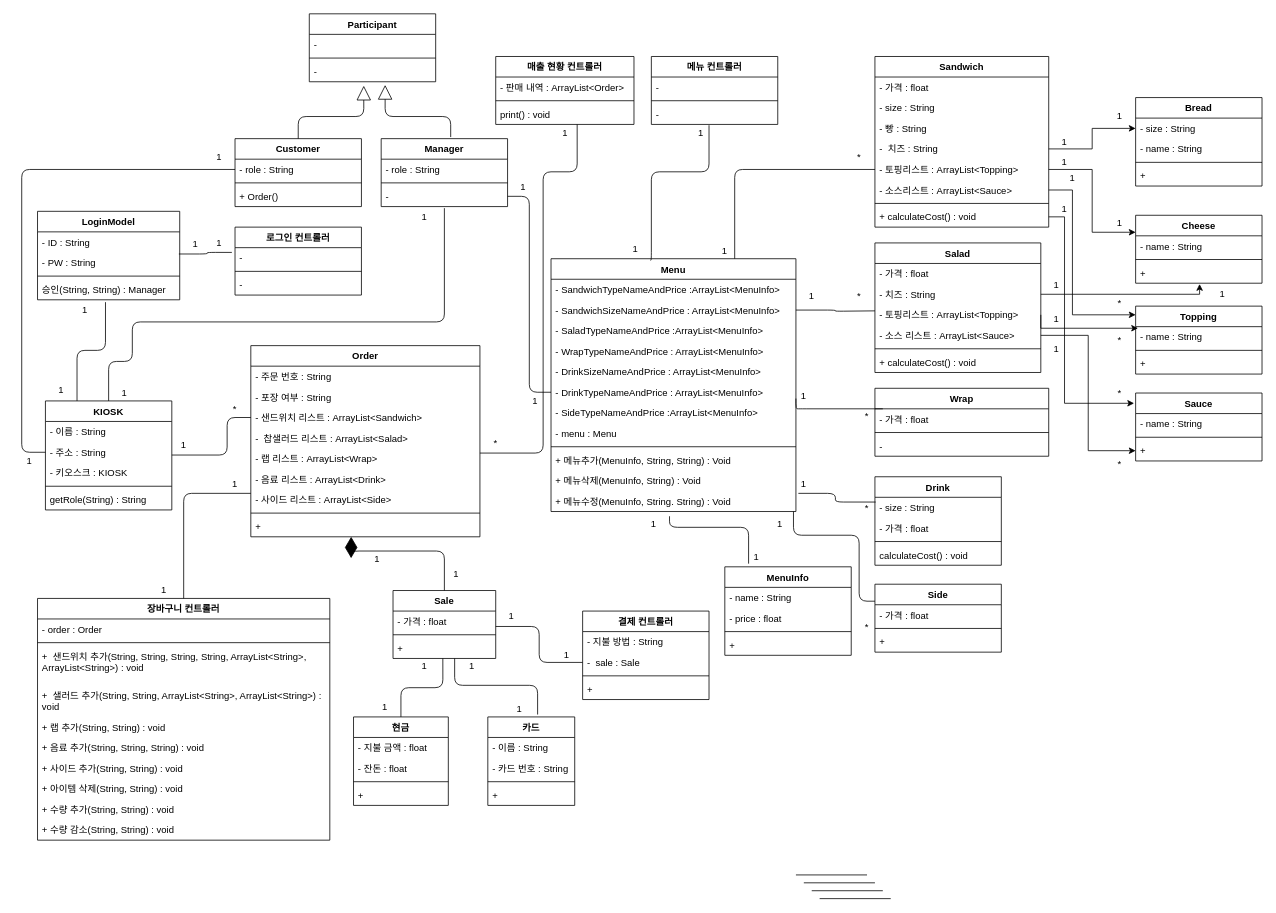
This is 상세명세서/Structural Model/Class Diagram.drawio from distroytest/KNUSD-20202-Team05, a draw.io file, before an edit. Source tidied: cells renumbered, new cells numbered last; positions are measured from the earlier drawing's top-left corner, leaving out a move shared by most shapes. Both pictures are drawn from the tidied source at 79%, with x=0, y=0 at pixel (13, 13).
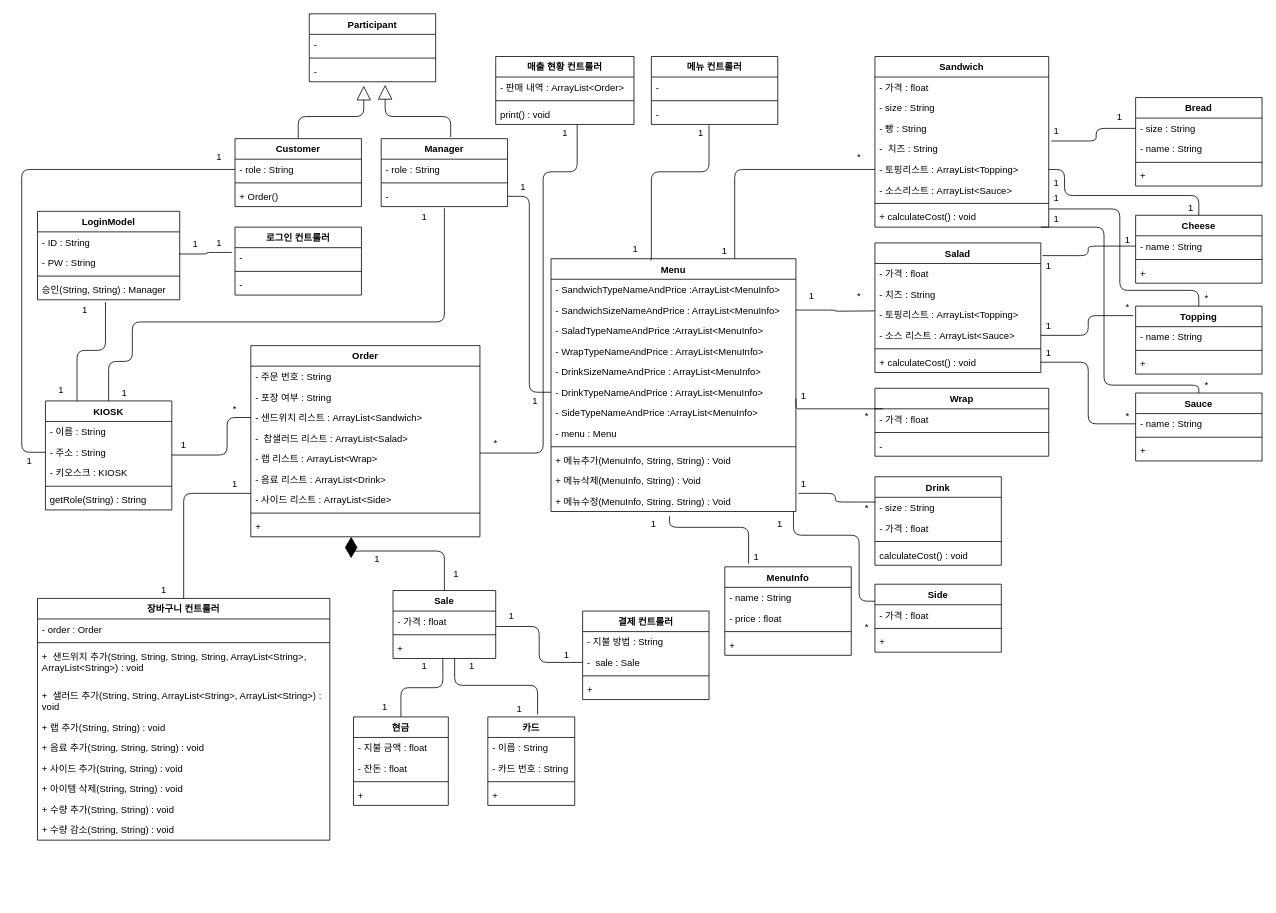
After the change.

Unchanged cells that the change refers to:
```xml
<mxCell id="82" value="-  치즈 : String" style="text;strokeColor=none;fillColor=none;align=left;verticalAlign=top;spacingLeft=4;spacingRight=4;overflow=hidden;points=[[0,0.5],[1,0.5]];portConstraint=eastwest;" parent="78" vertex="1">
  <mxGeometry y="104" width="220" height="26" as="geometry" />
</mxCell>
<mxCell id="83" value="- 토핑리스트 : ArrayList&lt;Topping&gt;" style="text;strokeColor=none;fillColor=none;align=left;verticalAlign=top;spacingLeft=4;spacingRight=4;overflow=hidden;points=[[0,0.5],[1,0.5]];portConstraint=eastwest;" parent="78" vertex="1">
  <mxGeometry y="130" width="220" height="26" as="geometry" />
</mxCell>
<mxCell id="84" value="- 소스리스트 : ArrayList&lt;Sauce&gt;" style="text;strokeColor=none;fillColor=none;align=left;verticalAlign=top;spacingLeft=4;spacingRight=4;overflow=hidden;points=[[0,0.5],[1,0.5]];portConstraint=eastwest;" parent="78" vertex="1">
  <mxGeometry y="156" width="220" height="26" as="geometry" />
</mxCell>
<mxCell id="86" value="+ calculateCost() : void" style="text;strokeColor=none;fillColor=none;align=left;verticalAlign=top;spacingLeft=4;spacingRight=4;overflow=hidden;points=[[0,0.5],[1,0.5]];portConstraint=eastwest;" parent="78" vertex="1">
  <mxGeometry y="190" width="220" height="26" as="geometry" />
</mxCell>
<mxCell id="89" value="Salad" style="swimlane;fontStyle=1;align=center;verticalAlign=top;horizontal=1;startSize=26;" parent="1" vertex="1">
  <mxGeometry x="1090" y="290" width="210" height="164" as="geometry" />
</mxCell>
<mxCell id="91" value="- 치즈 : String" style="text;strokeColor=none;fillColor=none;align=left;verticalAlign=top;spacingLeft=4;spacingRight=4;overflow=hidden;points=[[0,0.5],[1,0.5]];portConstraint=eastwest;" parent="89" vertex="1">
  <mxGeometry y="52" width="210" height="26" as="geometry" />
</mxCell>
<mxCell id="92" value="- 토핑리스트 : ArrayList&lt;Topping&gt;" style="text;strokeColor=none;fillColor=none;align=left;verticalAlign=top;spacingLeft=4;spacingRight=4;overflow=hidden;points=[[0,0.5],[1,0.5]];portConstraint=eastwest;" parent="89" vertex="1">
  <mxGeometry y="78" width="210" height="26" as="geometry" />
</mxCell>
<mxCell id="93" value="- 소스 리스트 : ArrayList&lt;Sauce&gt; " style="text;strokeColor=none;fillColor=none;align=left;verticalAlign=top;spacingLeft=4;spacingRight=4;overflow=hidden;points=[[0,0.5],[1,0.5]];portConstraint=eastwest;" parent="89" vertex="1">
  <mxGeometry y="104" width="210" height="26" as="geometry" />
</mxCell>
<mxCell id="95" value="+ calculateCost() : void" style="text;strokeColor=none;fillColor=none;align=left;verticalAlign=top;spacingLeft=4;spacingRight=4;overflow=hidden;points=[[0,0.5],[1,0.5]];portConstraint=eastwest;" parent="89" vertex="1">
  <mxGeometry y="138" width="210" height="26" as="geometry" />
</mxCell>
<mxCell id="131" value="- size : String" style="text;strokeColor=none;fillColor=none;align=left;verticalAlign=top;spacingLeft=4;spacingRight=4;overflow=hidden;points=[[0,0.5],[1,0.5]];portConstraint=eastwest;" parent="130" vertex="1">
  <mxGeometry y="26" width="160" height="26" as="geometry" />
</mxCell>
<mxCell id="135" value="Cheese" style="swimlane;fontStyle=1;align=center;verticalAlign=top;horizontal=1;startSize=26;" parent="1" vertex="1">
  <mxGeometry x="1420" y="255" width="160" height="86" as="geometry" />
</mxCell>
<mxCell id="136" value="- name : String" style="text;strokeColor=none;fillColor=none;align=left;verticalAlign=top;spacingLeft=4;spacingRight=4;overflow=hidden;points=[[0,0.5],[1,0.5]];portConstraint=eastwest;" parent="135" vertex="1">
  <mxGeometry y="26" width="160" height="26" as="geometry" />
</mxCell>
<mxCell id="138" value="+" style="text;strokeColor=none;fillColor=none;align=left;verticalAlign=top;spacingLeft=4;spacingRight=4;overflow=hidden;points=[[0,0.5],[1,0.5]];portConstraint=eastwest;" parent="135" vertex="1">
  <mxGeometry y="60" width="160" height="26" as="geometry" />
</mxCell>
<mxCell id="139" value="Topping" style="swimlane;fontStyle=1;align=center;verticalAlign=top;horizontal=1;startSize=26;" parent="1" vertex="1">
  <mxGeometry x="1420" y="370" width="160" height="86" as="geometry" />
</mxCell>
<mxCell id="140" value="- name : String" style="text;strokeColor=none;fillColor=none;align=left;verticalAlign=top;spacingLeft=4;spacingRight=4;overflow=hidden;points=[[0,0.5],[1,0.5]];portConstraint=eastwest;" parent="139" vertex="1">
  <mxGeometry y="26" width="160" height="26" as="geometry" />
</mxCell>
<mxCell id="146" value="Sauce" style="swimlane;fontStyle=1;align=center;verticalAlign=top;horizontal=1;startSize=26;" parent="1" vertex="1">
  <mxGeometry x="1420" y="480" width="160" height="86" as="geometry" />
</mxCell>
<mxCell id="147" value="- name : String" style="text;strokeColor=none;fillColor=none;align=left;verticalAlign=top;spacingLeft=4;spacingRight=4;overflow=hidden;points=[[0,0.5],[1,0.5]];portConstraint=eastwest;" parent="146" vertex="1">
  <mxGeometry y="26" width="160" height="26" as="geometry" />
</mxCell>
<mxCell id="149" value="+" style="text;strokeColor=none;fillColor=none;align=left;verticalAlign=top;spacingLeft=4;spacingRight=4;overflow=hidden;points=[[0,0.5],[1,0.5]];portConstraint=eastwest;" parent="146" vertex="1">
  <mxGeometry y="60" width="160" height="26" as="geometry" />
</mxCell>
```

The edit, as a diff of the source:
```diff
@@
-    <mxCell id="143" style="edgeStyle=orthogonalEdgeStyle;rounded=0;jettySize=auto;html=1;entryX=0;entryY=0.5;entryDx=0;entryDy=0;" parent="1" edge="1" source="82" target="131">
-      <mxGeometry relative="1" as="geometry" />
-    </mxCell>
-    <mxCell id="144" style="edgeStyle=orthogonalEdgeStyle;rounded=0;jettySize=auto;html=1;exitX=1;exitY=0.5;exitDx=0;exitDy=0;entryX=0;entryY=0.25;entryDx=0;entryDy=0;" parent="1" edge="1" source="83" target="135">
-      <mxGeometry relative="1" as="geometry" />
-    </mxCell>
-    <mxCell id="145" style="edgeStyle=orthogonalEdgeStyle;rounded=0;jettySize=auto;html=1;exitX=1;exitY=0.5;exitDx=0;exitDy=0;entryX=0;entryY=0.128;entryDx=0;entryDy=0;entryPerimeter=0;" parent="1" edge="1" source="84" target="139">
-      <mxGeometry relative="1" as="geometry">
-        <Array as="points">
-          <mxPoint x="1340" y="223" />
-          <mxPoint x="1340" y="381" />
-        </Array>
-      </mxGeometry>
-    </mxCell>
@@
-    <mxCell id="150" style="edgeStyle=orthogonalEdgeStyle;rounded=0;jettySize=auto;html=1;exitX=1;exitY=0.5;exitDx=0;exitDy=0;entryX=-0.012;entryY=0.151;entryDx=0;entryDy=0;entryPerimeter=0;" parent="1" edge="1" source="86" target="146">
-      <mxGeometry relative="1" as="geometry">
-        <Array as="points">
-          <mxPoint x="1330" y="257" />
-          <mxPoint x="1330" y="493" />
-        </Array>
-      </mxGeometry>
-    </mxCell>
-    <mxCell id="151" value="1" style="text;html=1;strokeColor=none;fillColor=none;align=center;verticalAlign=middle;whiteSpace=wrap;rounded=0;" parent="1" vertex="1">
-      <mxGeometry x="1310" y="152" width="40" height="20" as="geometry" />
-    </mxCell>
-    <mxCell id="152" value="1" style="text;html=1;strokeColor=none;fillColor=none;align=center;verticalAlign=middle;whiteSpace=wrap;rounded=0;" parent="1" vertex="1">
-      <mxGeometry x="1380" y="120" width="40" height="20" as="geometry" />
-    </mxCell>
-    <mxCell id="153" value="1" style="text;html=1;strokeColor=none;fillColor=none;align=center;verticalAlign=middle;whiteSpace=wrap;rounded=0;" parent="1" vertex="1">
-      <mxGeometry x="1310" y="178" width="40" height="20" as="geometry" />
-    </mxCell>
-    <mxCell id="154" value="1" style="text;html=1;strokeColor=none;fillColor=none;align=center;verticalAlign=middle;whiteSpace=wrap;rounded=0;" parent="1" vertex="1">
-      <mxGeometry x="1380" y="255" width="40" height="20" as="geometry" />
-    </mxCell>
-    <mxCell id="155" value="1" style="text;html=1;strokeColor=none;fillColor=none;align=center;verticalAlign=middle;whiteSpace=wrap;rounded=0;" parent="1" vertex="1">
-      <mxGeometry x="1320" y="198" width="40" height="20" as="geometry" />
-    </mxCell>
-    <mxCell id="156" value="*" style="text;html=1;strokeColor=none;fillColor=none;align=center;verticalAlign=middle;whiteSpace=wrap;rounded=0;" parent="1" vertex="1">
-      <mxGeometry x="1380" y="356" width="40" height="20" as="geometry" />
-    </mxCell>
-    <mxCell id="157" value="1" style="text;html=1;strokeColor=none;fillColor=none;align=center;verticalAlign=middle;whiteSpace=wrap;rounded=0;" parent="1" vertex="1">
-      <mxGeometry x="1310" y="237" width="40" height="20" as="geometry" />
-    </mxCell>
-    <mxCell id="158" value="*" style="text;html=1;strokeColor=none;fillColor=none;align=center;verticalAlign=middle;whiteSpace=wrap;rounded=0;" parent="1" vertex="1">
-      <mxGeometry x="1380" y="470" width="40" height="20" as="geometry" />
-    </mxCell>
-    <mxCell id="159" style="edgeStyle=orthogonalEdgeStyle;rounded=0;jettySize=auto;html=1;exitX=1;exitY=0.5;exitDx=0;exitDy=0;entryX=0.506;entryY=1.038;entryDx=0;entryDy=0;entryPerimeter=0;" parent="1" edge="1" source="91" target="138">
-      <mxGeometry relative="1" as="geometry">
-        <Array as="points">
-          <mxPoint x="1501" y="355" />
-        </Array>
-      </mxGeometry>
-    </mxCell>
-    <mxCell id="160" style="edgeStyle=orthogonalEdgeStyle;rounded=0;jettySize=auto;html=1;exitX=1;exitY=0.5;exitDx=0;exitDy=0;entryX=0;entryY=0.5;entryDx=0;entryDy=0;" parent="1" edge="1" source="93" target="149">
-      <mxGeometry relative="1" as="geometry" />
-    </mxCell>
-    <mxCell id="161" value="1" style="text;html=1;strokeColor=none;fillColor=none;align=center;verticalAlign=middle;whiteSpace=wrap;rounded=0;" parent="1" vertex="1">
-      <mxGeometry x="1300" y="333" width="40" height="20" as="geometry" />
-    </mxCell>
-    <mxCell id="162" value="1" style="text;html=1;strokeColor=none;fillColor=none;align=center;verticalAlign=middle;whiteSpace=wrap;rounded=0;" parent="1" vertex="1">
-      <mxGeometry x="1510" y="345" width="40" height="20" as="geometry" />
-    </mxCell>
-    <mxCell id="163" style="edgeStyle=orthogonalEdgeStyle;rounded=0;jettySize=auto;html=1;exitX=1;exitY=0.5;exitDx=0;exitDy=0;entryX=0.019;entryY=0.077;entryDx=0;entryDy=0;entryPerimeter=0;" parent="1" edge="1" source="92" target="140">
-      <mxGeometry relative="1" as="geometry">
-        <Array as="points">
-          <mxPoint x="1300" y="398" />
-        </Array>
-      </mxGeometry>
-    </mxCell>
-    <mxCell id="164" value="1" style="text;html=1;strokeColor=none;fillColor=none;align=center;verticalAlign=middle;whiteSpace=wrap;rounded=0;" parent="1" vertex="1">
-      <mxGeometry x="1300" y="376" width="40" height="20" as="geometry" />
-    </mxCell>
-    <mxCell id="165" value="*" style="text;html=1;strokeColor=none;fillColor=none;align=center;verticalAlign=middle;whiteSpace=wrap;rounded=0;" parent="1" vertex="1">
-      <mxGeometry x="1380" y="403" width="40" height="20" as="geometry" />
-    </mxCell>
-    <mxCell id="166" value="1" style="text;html=1;strokeColor=none;fillColor=none;align=center;verticalAlign=middle;whiteSpace=wrap;rounded=0;" parent="1" vertex="1">
-      <mxGeometry x="1300" y="414" width="40" height="20" as="geometry" />
-    </mxCell>
-    <mxCell id="167" value="*" style="text;html=1;strokeColor=none;fillColor=none;align=center;verticalAlign=middle;whiteSpace=wrap;rounded=0;" parent="1" vertex="1">
-      <mxGeometry x="1380" y="560" width="40" height="20" as="geometry" />
-    </mxCell>
@@
-    <mxCell id="214" style="endArrow=none;html=1;edgeStyle=orthogonalEdgeStyle;" parent="1" edge="1">
+    <mxCell id="214" style="endArrow=none;html=1;edgeStyle=orthogonalEdgeStyle;exitX=0;exitY=0.5;exitDx=0;exitDy=0;entryX=1.014;entryY=0.115;entryDx=0;entryDy=0;entryPerimeter=0;" parent="1" edge="1" source="131" target="82">
       <mxGeometry relative="1" as="geometry">
-        <mxPoint x="990" y="1090" as="sourcePoint" />
-        <mxPoint x="1080" y="1090" as="targetPoint" />
+        <Array as="points">
+          <mxPoint x="1370" y="145" />
+          <mxPoint x="1370" y="161" />
+        </Array>
       </mxGeometry>
     </mxCell>
-    <mxCell id="215" style="endArrow=none;html=1;edgeStyle=orthogonalEdgeStyle;" parent="1" edge="1">
-      <mxGeometry relative="1" as="geometry">
-        <mxPoint x="1000" y="1100" as="sourcePoint" />
-        <mxPoint x="1090" y="1100" as="targetPoint" />
-      </mxGeometry>
-    </mxCell>
-    <mxCell id="216" style="endArrow=none;html=1;edgeStyle=orthogonalEdgeStyle;" parent="1" edge="1">
-      <mxGeometry relative="1" as="geometry">
-        <mxPoint x="1010" y="1110" as="sourcePoint" />
-        <mxPoint x="1100" y="1110" as="targetPoint" />
-      </mxGeometry>
-    </mxCell>
-    <mxCell id="217" style="endArrow=none;html=1;edgeStyle=orthogonalEdgeStyle;" parent="1" edge="1">
-      <mxGeometry relative="1" as="geometry">
-        <mxPoint x="1020" y="1120" as="sourcePoint" />
-        <mxPoint x="1110" y="1120" as="targetPoint" />
-      </mxGeometry>
-    </mxCell>
@@
+    <mxCell id="144" style="endArrow=none;html=1;edgeStyle=orthogonalEdgeStyle;exitX=1;exitY=0.5;exitDx=0;exitDy=0;entryX=0.5;entryY=0;entryDx=0;entryDy=0;" parent="1" edge="1" source="83" target="135">
+      <mxGeometry relative="1" as="geometry">
+        <Array as="points">
+          <mxPoint x="1330" y="197" />
+          <mxPoint x="1330" y="230" />
+          <mxPoint x="1500" y="230" />
+        </Array>
+      </mxGeometry>
+    </mxCell>
+    <mxCell id="225" style="endArrow=none;html=1;edgeStyle=orthogonalEdgeStyle;entryX=0.5;entryY=0;entryDx=0;entryDy=0;" parent="1" edge="1" target="139">
+      <mxGeometry relative="1" as="geometry">
+        <mxPoint x="1310" y="247" as="sourcePoint" />
+        <Array as="points">
+          <mxPoint x="1400" y="247" />
+          <mxPoint x="1400" y="350" />
+          <mxPoint x="1500" y="350" />
+        </Array>
+      </mxGeometry>
+    </mxCell>
+    <mxCell id="226" style="endArrow=none;html=1;edgeStyle=orthogonalEdgeStyle;exitX=0;exitY=1;exitDx=0;exitDy=0;entryX=0.5;entryY=0;entryDx=0;entryDy=0;" parent="1" edge="1" source="234" target="146">
+      <mxGeometry relative="1" as="geometry">
+        <Array as="points">
+          <mxPoint x="1380" y="270" />
+          <mxPoint x="1380" y="470" />
+          <mxPoint x="1500" y="470" />
+        </Array>
+      </mxGeometry>
+    </mxCell>
+    <mxCell id="227" style="endArrow=none;html=1;edgeStyle=orthogonalEdgeStyle;entryX=0;entryY=0.5;entryDx=0;entryDy=0;exitX=1.01;exitY=0.098;exitDx=0;exitDy=0;exitPerimeter=0;" parent="1" edge="1" source="89" target="136">
+      <mxGeometry relative="1" as="geometry" />
+    </mxCell>
+    <mxCell id="228" style="endArrow=none;html=1;edgeStyle=orthogonalEdgeStyle;exitX=1;exitY=0.5;exitDx=0;exitDy=0;entryX=-0.019;entryY=0.14;entryDx=0;entryDy=0;entryPerimeter=0;" parent="1" edge="1" source="93" target="139">
+      <mxGeometry relative="1" as="geometry" />
+    </mxCell>
+    <mxCell id="229" style="endArrow=none;html=1;edgeStyle=orthogonalEdgeStyle;exitX=1;exitY=0.5;exitDx=0;exitDy=0;entryX=0;entryY=0.5;entryDx=0;entryDy=0;" parent="1" edge="1" source="95" target="147">
+      <mxGeometry relative="1" as="geometry" />
+    </mxCell>
+    <mxCell id="230" value="1" style="text;html=1;strokeColor=none;fillColor=none;align=center;verticalAlign=middle;whiteSpace=wrap;rounded=0;" parent="1" vertex="1">
+      <mxGeometry x="1380" y="121" width="40" height="20" as="geometry" />
+    </mxCell>
+    <mxCell id="231" value="1" style="text;html=1;strokeColor=none;fillColor=none;align=center;verticalAlign=middle;whiteSpace=wrap;rounded=0;" parent="1" vertex="1">
+      <mxGeometry x="1300" y="138" width="40" height="20" as="geometry" />
+    </mxCell>
+    <mxCell id="232" value="1" style="text;html=1;strokeColor=none;fillColor=none;align=center;verticalAlign=middle;whiteSpace=wrap;rounded=0;" parent="1" vertex="1">
+      <mxGeometry x="1290" y="204" width="60" height="20" as="geometry" />
+    </mxCell>
+    <mxCell id="233" value="1" style="text;html=1;strokeColor=none;fillColor=none;align=center;verticalAlign=middle;whiteSpace=wrap;rounded=0;" parent="1" vertex="1">
+      <mxGeometry x="1470" y="236" width="40" height="20" as="geometry" />
+    </mxCell>
+    <mxCell id="234" value="1" style="text;html=1;strokeColor=none;fillColor=none;align=center;verticalAlign=middle;whiteSpace=wrap;rounded=0;" parent="1" vertex="1">
+      <mxGeometry x="1300" y="250" width="40" height="20" as="geometry" />
+    </mxCell>
+    <mxCell id="235" value="*" style="text;html=1;strokeColor=none;fillColor=none;align=center;verticalAlign=middle;whiteSpace=wrap;rounded=0;" parent="1" vertex="1">
+      <mxGeometry x="1470" y="350" width="80" height="20" as="geometry" />
+    </mxCell>
+    <mxCell id="236" value="1" style="text;html=1;strokeColor=none;fillColor=none;align=center;verticalAlign=middle;whiteSpace=wrap;rounded=0;" parent="1" vertex="1">
+      <mxGeometry x="1270" y="224" width="100" height="20" as="geometry" />
+    </mxCell>
+    <mxCell id="237" value="*" style="text;html=1;strokeColor=none;fillColor=none;align=center;verticalAlign=middle;whiteSpace=wrap;rounded=0;" parent="1" vertex="1">
+      <mxGeometry x="1490" y="460" width="40" height="20" as="geometry" />
+    </mxCell>
+    <mxCell id="238" value="1" style="text;html=1;strokeColor=none;fillColor=none;align=center;verticalAlign=middle;whiteSpace=wrap;rounded=0;" parent="1" vertex="1">
+      <mxGeometry x="1280" y="310" width="60" height="20" as="geometry" />
+    </mxCell>
+    <mxCell id="239" value="1" style="text;html=1;strokeColor=none;fillColor=none;align=center;verticalAlign=middle;whiteSpace=wrap;rounded=0;" parent="1" vertex="1">
+      <mxGeometry x="1390" y="276" width="40" height="20" as="geometry" />
+    </mxCell>
+    <mxCell id="240" value="1" style="text;html=1;strokeColor=none;fillColor=none;align=center;verticalAlign=middle;whiteSpace=wrap;rounded=0;" parent="1" vertex="1">
+      <mxGeometry x="1280" y="385" width="60" height="20" as="geometry" />
+    </mxCell>
+    <mxCell id="241" value="*" style="text;html=1;strokeColor=none;fillColor=none;align=center;verticalAlign=middle;whiteSpace=wrap;rounded=0;" parent="1" vertex="1">
+      <mxGeometry x="1390" y="362" width="40" height="20" as="geometry" />
+    </mxCell>
+    <mxCell id="242" value="1" style="text;html=1;strokeColor=none;fillColor=none;align=center;verticalAlign=middle;whiteSpace=wrap;rounded=0;" parent="1" vertex="1">
+      <mxGeometry x="1290" y="420" width="40" height="20" as="geometry" />
+    </mxCell>
+    <mxCell id="243" value="*" style="text;html=1;strokeColor=none;fillColor=none;align=center;verticalAlign=middle;whiteSpace=wrap;rounded=0;" parent="1" vertex="1">
+      <mxGeometry x="1390" y="500" width="40" height="20" as="geometry" />
+    </mxCell>
```
